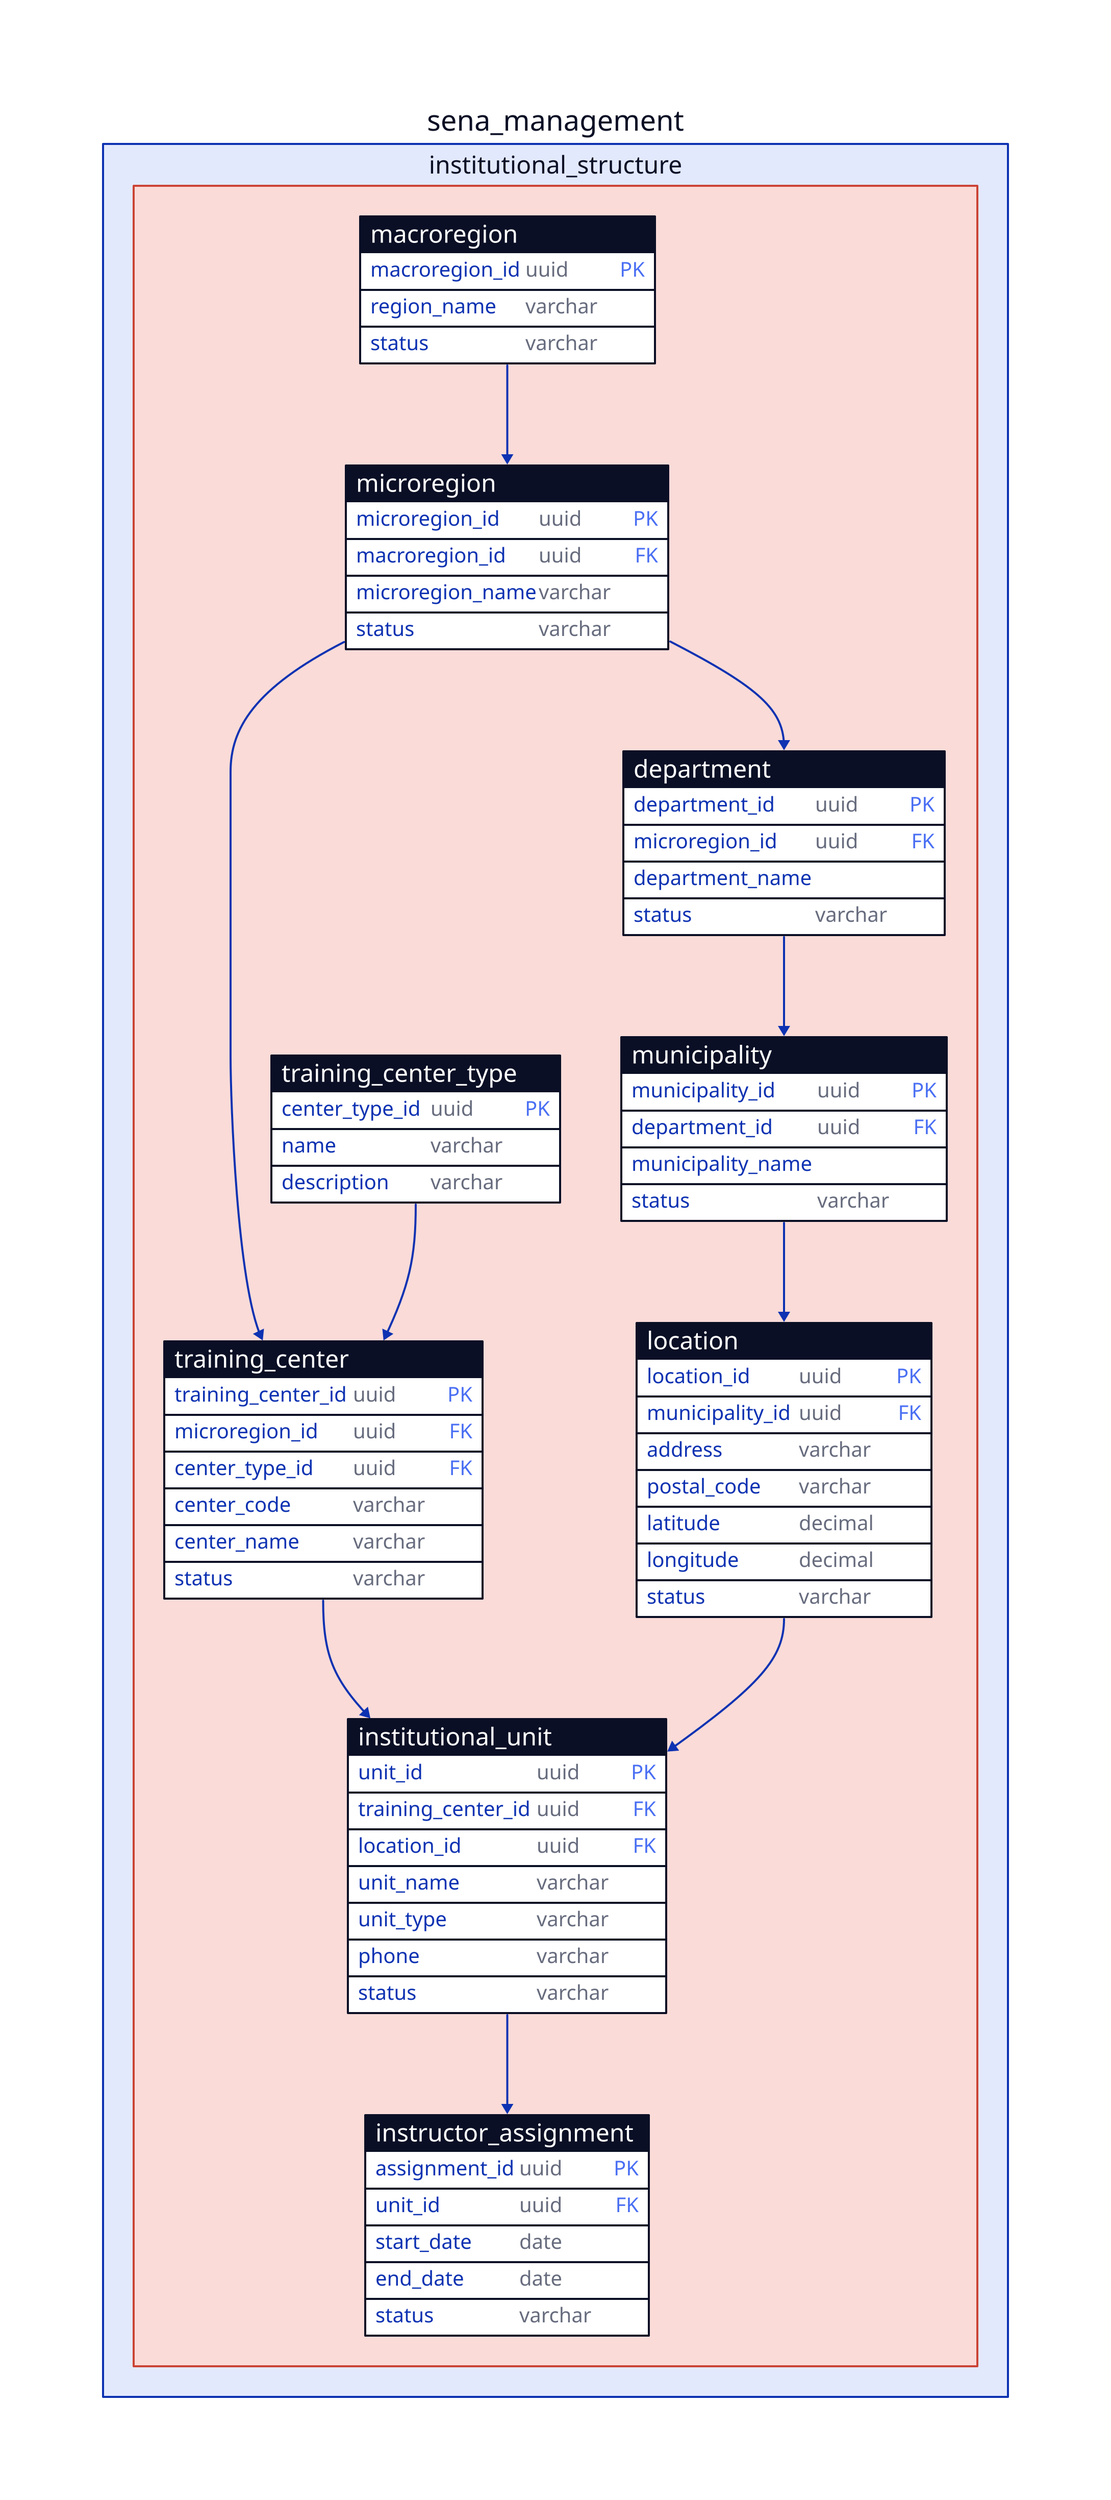
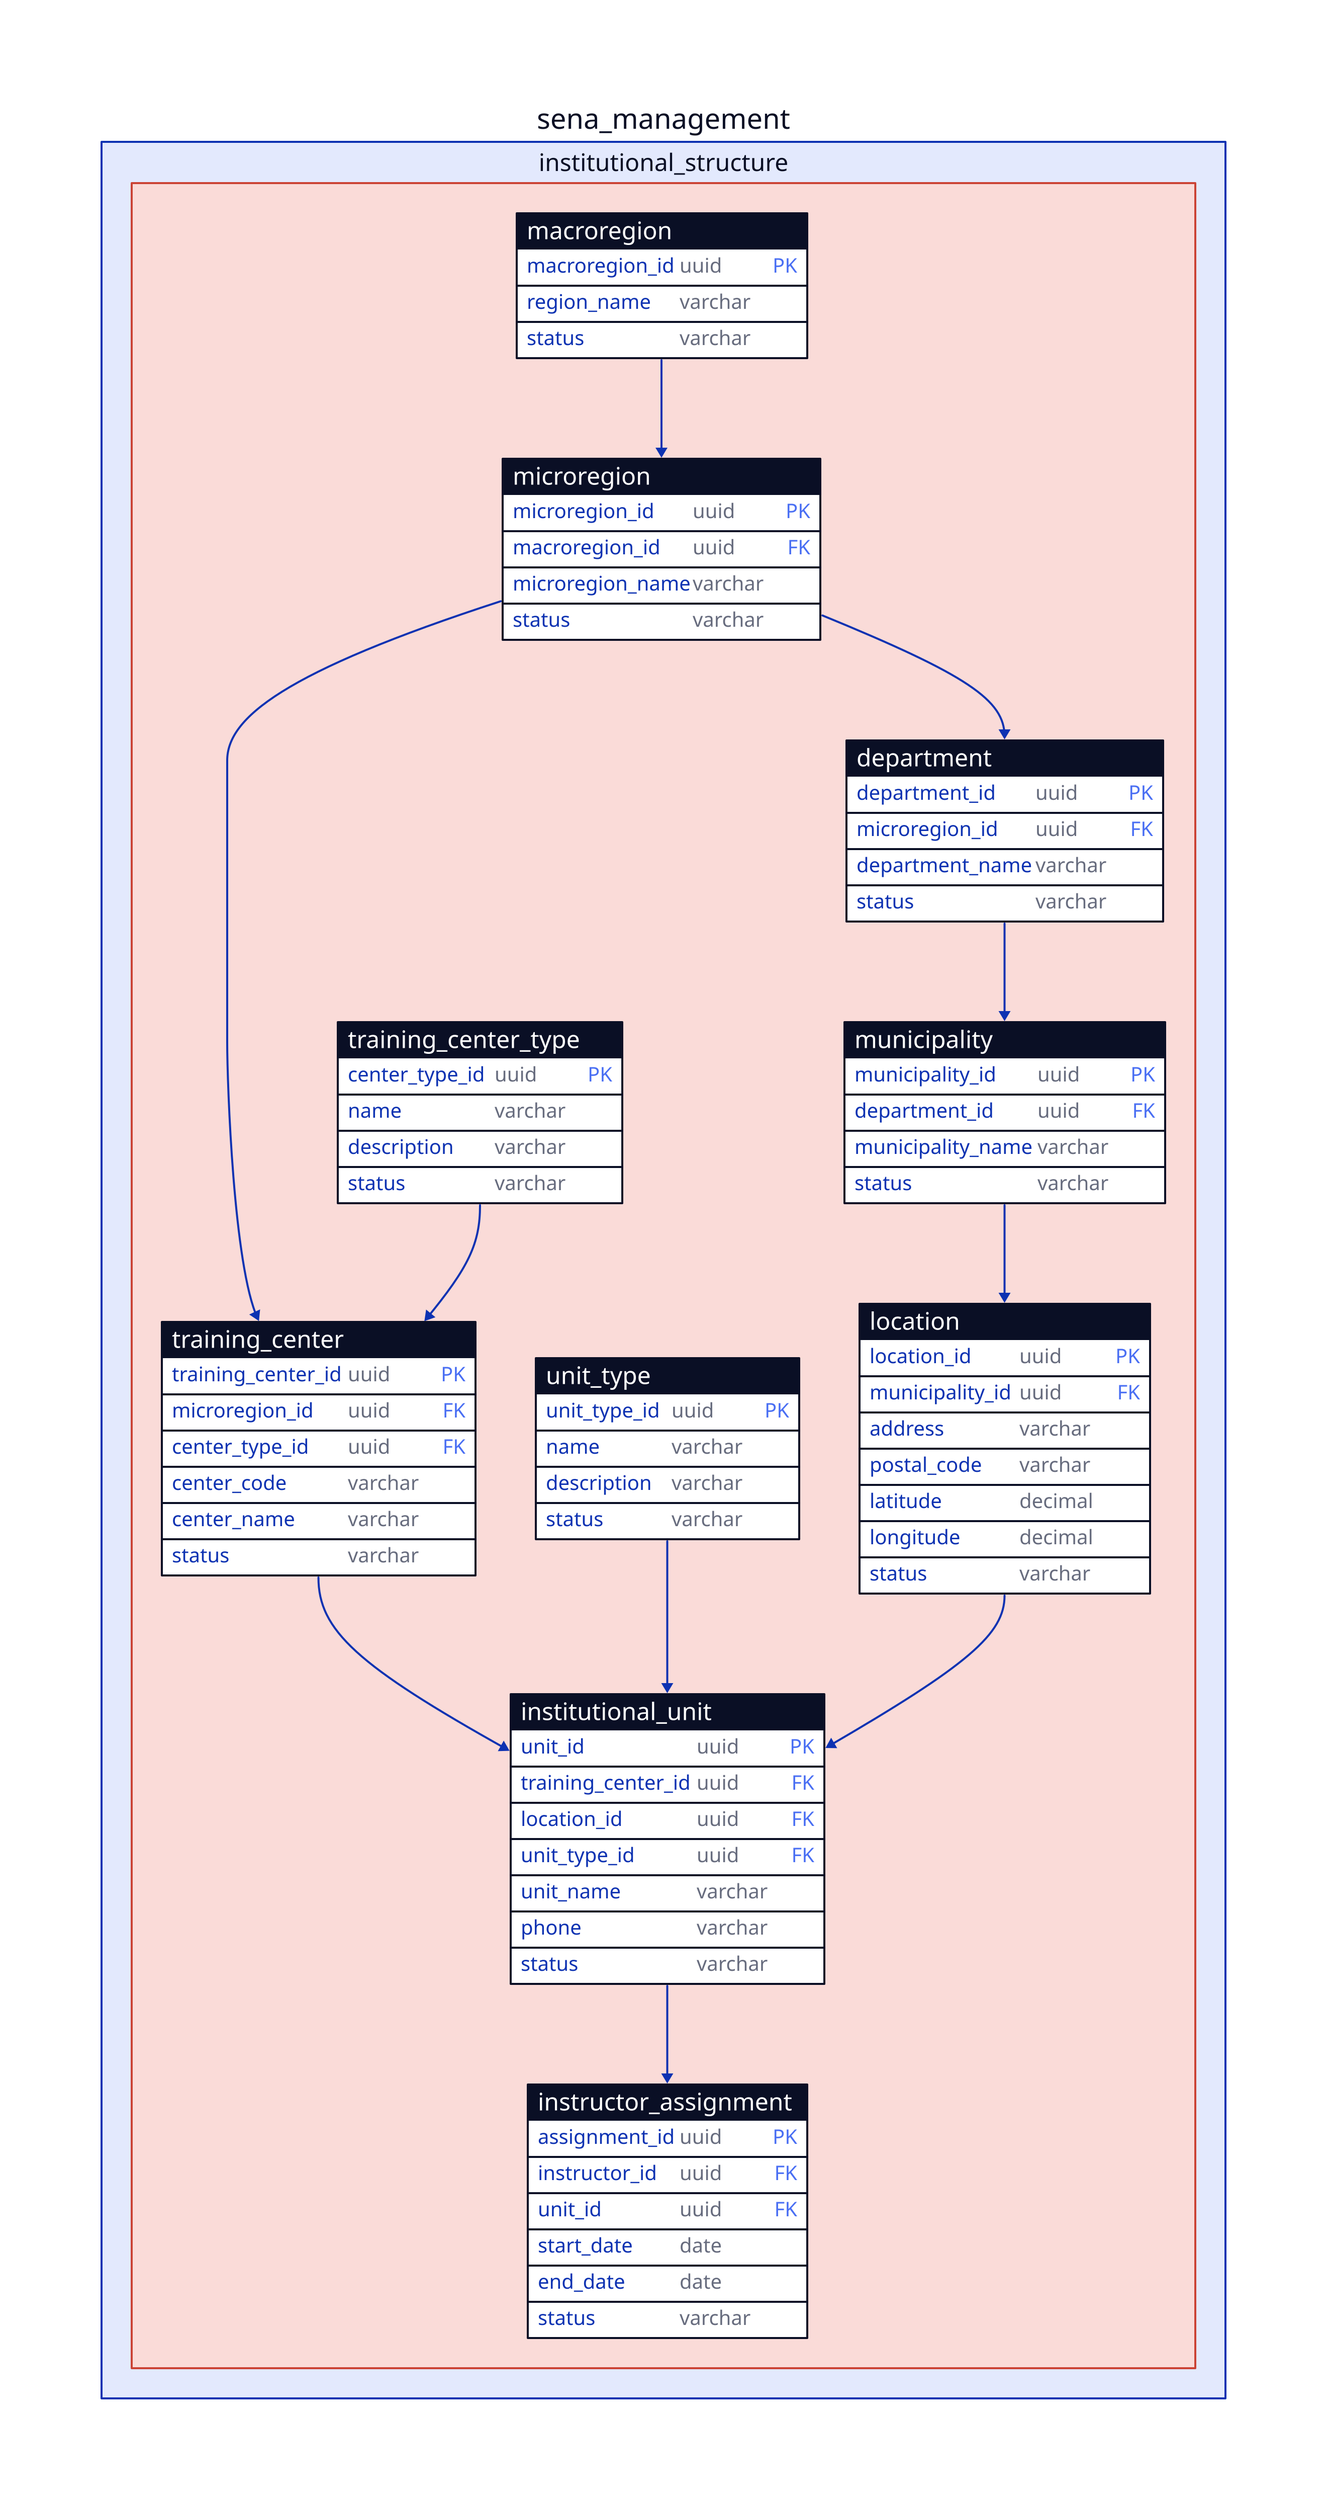
sena_management: {
  institutional_structure: {
    style.fill: "#FADBD8"
    style.stroke: "#CB4335"

    macroregion: {
      shape: sql_table

      macroregion_id: uuid {constraint: primary_key}
      region_name: varchar
      status: varchar
    }

    microregion: {
      shape: sql_table

      microregion_id: uuid {constraint: primary_key}
      macroregion_id: uuid {constraint: foreign_key}
      microregion_name: varchar
      status: varchar
    }

-     training_center: {
+     department: {
      shape: sql_table

-       training_center_id: uuid {constraint: primary_key}
+       department_id: uuid {constraint: primary_key}
      microregion_id: uuid {constraint: foreign_key}
-       center_type_id: uuid {constraint: foreign_key}
-       center_code: varchar
-       center_name: varchar
+       department_name: varchar
      status: varchar
    }

-     institutional_unit: {
+     municipality: {
      shape: sql_table

-       unit_id: uuid {constraint: primary_key}
-       training_center_id: uuid {constraint: foreign_key}
-       location_id: uuid {constraint: foreign_key}
-       unit_name: varchar
-       unit_type: varchar
-       phone: varchar
-       status: varchar
-     }
- 
-     instructor_assignment: {
-       shape: sql_table
- 
-       assignment_id: uuid {constraint: primary_key}
-       unit_id: uuid {constraint: foreign_key}
-       start_date: date
-       end_date: date
+       municipality_id: uuid {constraint: primary_key}
+       department_id: uuid {constraint: foreign_key}
+       municipality_name: varchar
      status: varchar
    }

    location: {
      shape: sql_table

      location_id: uuid {constraint: primary_key}
      municipality_id: uuid {constraint: foreign_key}
      address: varchar
      postal_code: varchar
      latitude: decimal
      longitude: decimal
      status: varchar
    }

-     department: {
-       shape: sql_table
- 
-       department_id: uuid {constraint: primary_key}
-       microregion_id: uuid {constraint: foreign_key}
-       department_name
-       status: varchar
-     }
- 
-     municipality: {
-       shape: sql_table
- 
-       municipality_id: uuid {constraint: primary_key}
-       department_id: uuid {constraint: foreign_key}
-       municipality_name
-       status: varchar
-     }
- 
    training_center_type: {
      shape: sql_table

      center_type_id: uuid {constraint: primary_key}
      name: varchar
      description: varchar
+       status: varchar
+     }
+ 
+     training_center: {
+       shape: sql_table
+ 
+       training_center_id: uuid {constraint: primary_key}
+       microregion_id: uuid {constraint: foreign_key}
+       center_type_id: uuid {constraint: foreign_key}
+       center_code: varchar
+       center_name: varchar
+       status: varchar
+     }
+ 
+     unit_type: {
+       shape: sql_table
+ 
+       unit_type_id: uuid {constraint: primary_key}
+       name: varchar
+       description: varchar
+       status: varchar
+     }
+ 
+     institutional_unit: {
+       shape: sql_table
+ 
+       unit_id: uuid {constraint: primary_key}
+       training_center_id: uuid {constraint: foreign_key}
+       location_id: uuid {constraint: foreign_key}
+       unit_type_id: uuid {constraint: foreign_key}
+       unit_name: varchar
+       phone: varchar
+       status: varchar
+     }
+ 
+     instructor_assignment: {
+       shape: sql_table
+ 
+       assignment_id: uuid {constraint: primary_key}
+       instructor_id: uuid {constraint: foreign_key}
+       unit_id: uuid {constraint: foreign_key}
+       start_date: date
+       end_date: date
+       status: varchar
    }
  }

  institutional_structure.macroregion.macroregion_id -> institutional_structure.microregion.macroregion_id

-   institutional_structure.microregion.microregion_id -> institutional_structure.training_center.microregion_id
- 
-   institutional_structure.training_center.training_center_id -> institutional_structure.institutional_unit.training_center_id
- 
-   institutional_structure.institutional_unit.unit_id -> institutional_structure.instructor_assignment.unit_id
- 
-   institutional_structure.municipality.municipality_id -> institutional_structure.location.municipality_id
- 
  institutional_structure.microregion.microregion_id -> institutional_structure.department.microregion_id

  institutional_structure.department.department_id -> institutional_structure.municipality.department_id

+   institutional_structure.municipality.municipality_id -> institutional_structure.location.municipality_id
+ 
+   institutional_structure.microregion.microregion_id -> institutional_structure.training_center.microregion_id
+ 
+   institutional_structure.training_center_type.center_type_id -> institutional_structure.training_center.center_type_id
+ 
+   institutional_structure.training_center.training_center_id -> institutional_structure.institutional_unit.training_center_id
+ 
+   institutional_structure.unit_type.unit_type_id -> institutional_structure.institutional_unit.unit_type_id
+ 
  institutional_structure.location.location_id -> institutional_structure.institutional_unit.location_id

-   institutional_structure.training_center_type.center_type_id -> institutional_structure.training_center.center_type_id
+   institutional_structure.institutional_unit.unit_id -> institutional_structure.instructor_assignment.unit_id
}
- 
- 
